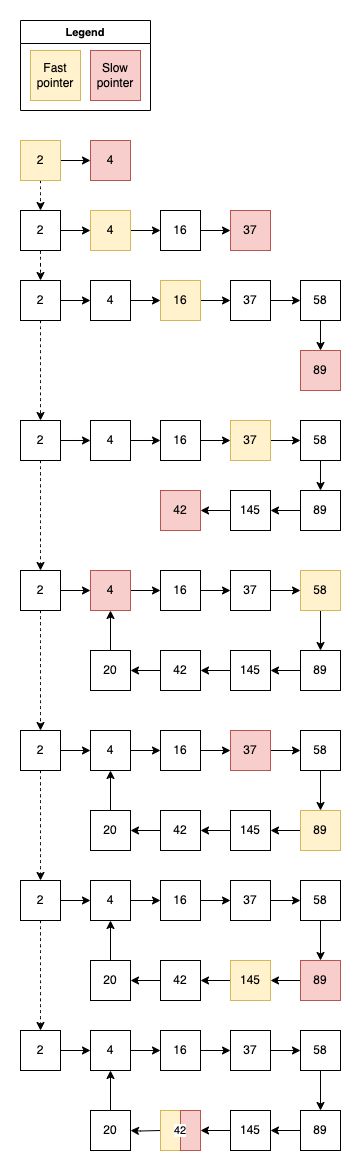
This is diagrams/numbers/FSP-happy-number.drawio.png from ivanmikhalchanka/grokking-algorithms, a draw.io export, as it was before one commit. Source tidied: cells renumbered, new cells last; positions are measured from the earlier drawing's top-left corner, leaving out a move shared by most shapes.
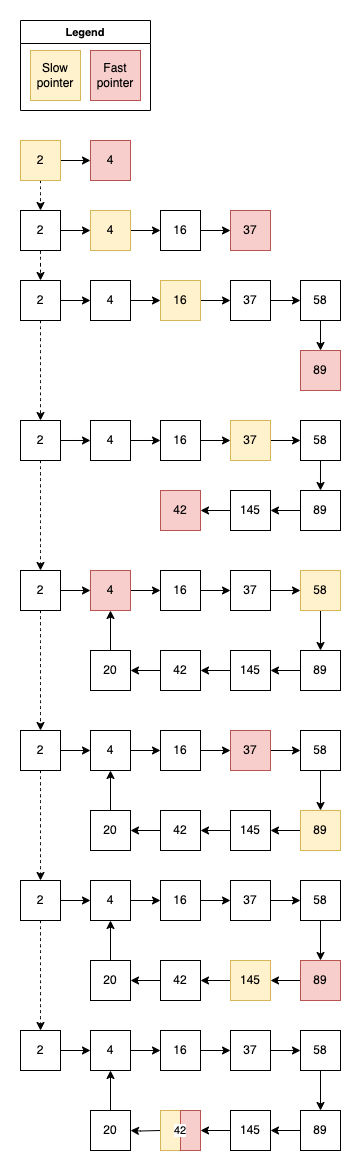
After the commit.

Change to the diagram source:
```diff
@@ -5,10 +5,10 @@
     <mxCell id="2" value="Legend" style="swimlane;whiteSpace=wrap;html=1;fontFamily=Helvetica;fontSize=11;fontColor=default;labelBackgroundColor=default;" parent="1" vertex="1">
       <mxGeometry width="130" height="90" as="geometry" />
     </mxCell>
-    <mxCell id="3" value="Fast pointer" style="whiteSpace=wrap;html=1;fillColor=#fff2cc;strokeColor=#d6b656;" parent="2" vertex="1">
+    <mxCell id="3" value="Slow pointer" style="whiteSpace=wrap;html=1;fillColor=#fff2cc;strokeColor=#d6b656;" parent="2" vertex="1">
       <mxGeometry x="10" y="30" width="50" height="50" as="geometry" />
     </mxCell>
-    <mxCell id="4" value="Slow&lt;div&gt;pointer&lt;/div&gt;" style="whiteSpace=wrap;html=1;fillColor=#f8cecc;strokeColor=#b85450;" parent="2" vertex="1">
+    <mxCell id="4" value="Fast&lt;div&gt;pointer&lt;/div&gt;" style="whiteSpace=wrap;html=1;fillColor=#f8cecc;strokeColor=#b85450;" parent="2" vertex="1">
       <mxGeometry x="70" y="30" width="50" height="50" as="geometry" />
     </mxCell>
     <mxCell id="5" style="edgeStyle=orthogonalEdgeStyle;shape=connector;curved=1;rounded=0;jettySize=auto;html=1;strokeColor=default;align=center;verticalAlign=middle;fontFamily=Helvetica;fontSize=11;fontColor=default;labelBackgroundColor=default;endArrow=classic;" parent="1" edge="1" source="7" target="8">
```
